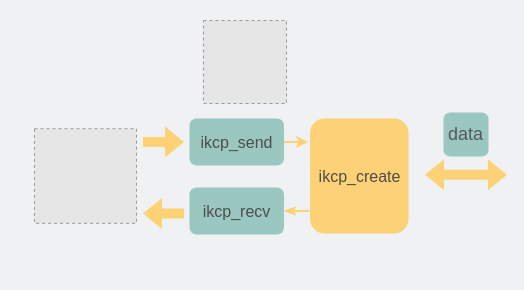
This is network/加入KCP的UDP通信过程.drawio from xiaobaiTech/image, a draw.io file, before an edit. Source tidied: cells renumbered, new cells numbered last; positions are measured from the earlier drawing's top-left corner, leaving out a move shared by most shapes. Both pictures are drawn from the tidied source at 100%, with x=0, y=0 at pixel (34, 20). Pictures stored in the file or linked from it are replaced by grey dashed boxes.
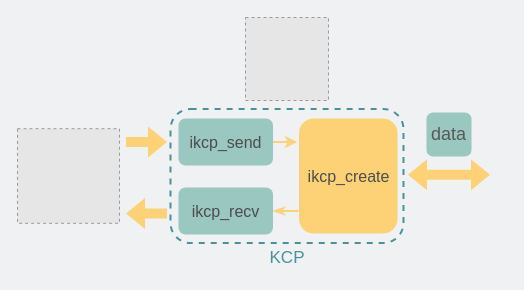
The same page after the edit.

Commit message (it also covers changes not shown here):
更新加入KCP的UDP通信过程.drawio

Diff of the diagram source:
```diff
@@
 <mxGraphModel background="#EFF1F3">
   <root>
     <mxCell id="0" />
     <mxCell id="1" parent="0" />
     <mxCell id="2" style="fillColor=#E6E6E6;strokeColor=#999999;dashed=1;verticalLabelPosition=bottom;verticalAlign=top;" parent="1" vertex="1">
-      <mxGeometry x="169" width="83" height="83" as="geometry" />
+      <mxGeometry x="211" y="-3" width="83" height="83" as="geometry" />
     </mxCell>
     <mxCell id="3" style="shape=flexArrow;endArrow=block;startArrow=classic;html=1;rounded=0;fillColor=#FDD276;strokeColor=none;fontColor=#4D4D4D;endFill=0;" parent="1" edge="1">
       <mxGeometry relative="1" as="geometry">
-        <mxPoint x="390" y="154.2" as="sourcePoint" />
-        <mxPoint x="473" y="154.2" as="targetPoint" />
+        <mxPoint x="373" y="154.2" as="sourcePoint" />
+        <mxPoint x="456" y="154.2" as="targetPoint" />
       </mxGeometry>
     </mxCell>
     <mxCell id="4" value="&lt;font style=&quot;font-size: 18px;&quot; color=&quot;#595959&quot;&gt;data&lt;/font&gt;" style="rounded=1;whiteSpace=wrap;html=1;fontColor=#4A919B;fillColor=#9AC7BF;strokeColor=none;" parent="1" vertex="1">
-      <mxGeometry x="409" y="92" width="45" height="44" as="geometry" />
+      <mxGeometry x="392" y="92" width="45" height="44" as="geometry" />
     </mxCell>
     <mxCell id="5" value="&lt;font style=&quot;&quot;&gt;&lt;font style=&quot;font-size: 16px;&quot;&gt;ikcp_create&lt;/font&gt;&lt;br&gt;&lt;/font&gt;" style="text;html=1;strokeColor=none;fillColor=#FDD276;align=center;verticalAlign=middle;whiteSpace=wrap;rounded=1;fontColor=#4D4D4D;" parent="1" vertex="1">
-      <mxGeometry x="275.5" y="98" width="98.5" height="115" as="geometry" />
+      <mxGeometry x="264.5" y="98" width="98.5" height="115" as="geometry" />
     </mxCell>
     <mxCell id="6" style="edgeStyle=orthogonalEdgeStyle;rounded=0;jettySize=auto;html=1;exitX=1;exitY=0.5;exitDx=0;exitDy=0;entryX=-0.008;entryY=0.805;entryDx=0;entryDy=0;entryPerimeter=0;startArrow=classicThin;startFill=1;endArrow=none;endFill=0;strokeColor=#FDD276;fontColor=#4D4D4D;strokeWidth=2;" parent="1" edge="1" source="7" target="5">
       <mxGeometry relative="1" as="geometry" />
     </mxCell>
     <mxCell id="7" value="&lt;font&gt;&lt;span style=&quot;font-size: 16px;&quot;&gt;ikcp_recv&lt;/span&gt;&lt;/font&gt;" style="text;html=1;strokeColor=none;fillColor=#9AC7BF;align=center;verticalAlign=middle;whiteSpace=wrap;rounded=1;fontColor=#4D4D4D;" parent="1" vertex="1">
-      <mxGeometry x="155" y="167" width="94.5" height="47" as="geometry" />
+      <mxGeometry x="144" y="167" width="94.5" height="47" as="geometry" />
     </mxCell>
     <mxCell id="8" style="edgeStyle=orthogonalEdgeStyle;rounded=0;jettySize=auto;html=1;exitX=1;exitY=0.5;exitDx=0;exitDy=0;entryX=-0.019;entryY=0.205;entryDx=0;entryDy=0;entryPerimeter=0;strokeColor=#FDD276;startArrow=none;startFill=0;endArrow=classic;endFill=1;fontColor=#4D4D4D;strokeWidth=2;" parent="1" edge="1" source="9" target="5">
       <mxGeometry relative="1" as="geometry" />
     </mxCell>
     <mxCell id="9" value="&lt;span style=&quot;font-size: 16px;&quot;&gt;ikcp_send&lt;/span&gt;" style="text;html=1;strokeColor=none;fillColor=#9AC7BF;align=center;verticalAlign=middle;whiteSpace=wrap;rounded=1;fontColor=#4D4D4D;" parent="1" vertex="1">
-      <mxGeometry x="155" y="98" width="94.5" height="47" as="geometry" />
+      <mxGeometry x="144" y="98" width="94.5" height="47" as="geometry" />
     </mxCell>
     <mxCell id="10" style="shape=flexArrow;endArrow=none;startArrow=classic;html=1;rounded=0;fillColor=#FDD276;strokeColor=none;fontColor=#4D4D4D;endFill=0;" parent="1" edge="1">
       <mxGeometry relative="1" as="geometry">
-        <mxPoint x="108" y="193" as="sourcePoint" />
-        <mxPoint x="150" y="193" as="targetPoint" />
+        <mxPoint x="91" y="193" as="sourcePoint" />
+        <mxPoint x="133" y="193" as="targetPoint" />
       </mxGeometry>
     </mxCell>
     <mxCell id="11" style="shape=flexArrow;endArrow=none;startArrow=classic;html=1;rounded=0;fillColor=#FDD276;strokeColor=none;fontColor=#4D4D4D;endFill=0;" parent="1" edge="1">
       <mxGeometry relative="1" as="geometry">
-        <mxPoint x="150" y="121.4" as="sourcePoint" />
-        <mxPoint x="108" y="121.4" as="targetPoint" />
+        <mxPoint x="133" y="121.4" as="sourcePoint" />
+        <mxPoint x="91" y="121.4" as="targetPoint" />
       </mxGeometry>
     </mxCell>
     <mxCell id="12" style="fillColor=#E6E6E6;strokeColor=#999999;dashed=1;verticalLabelPosition=bottom;labelBackgroundColor=default;verticalAlign=top;" parent="1" vertex="1">
-      <mxGeometry y="108.2" width="102" height="94.6" as="geometry" />
+      <mxGeometry x="-17" y="108.2" width="102" height="94.6" as="geometry" />
     </mxCell>
+    <mxCell id="13" style="rounded=1;whiteSpace=wrap;html=1;fillColor=none;dashed=1;strokeWidth=2;strokeColor=#4A919B;" parent="1" vertex="1">
+      <mxGeometry x="136" y="88.5" width="233" height="134" as="geometry" />
+    </mxCell>
+    <mxCell id="14" value="&lt;font style=&quot;font-size: 17px;&quot; color=&quot;#4a919b&quot;&gt;KCP&lt;/font&gt;" style="text;html=1;strokeColor=none;fillColor=none;align=center;verticalAlign=middle;whiteSpace=wrap;rounded=0;" parent="1" vertex="1">
+      <mxGeometry x="222.5" y="222.5" width="60" height="30" as="geometry" />
+    </mxCell>
   </root>
 </mxGraphModel>
```
